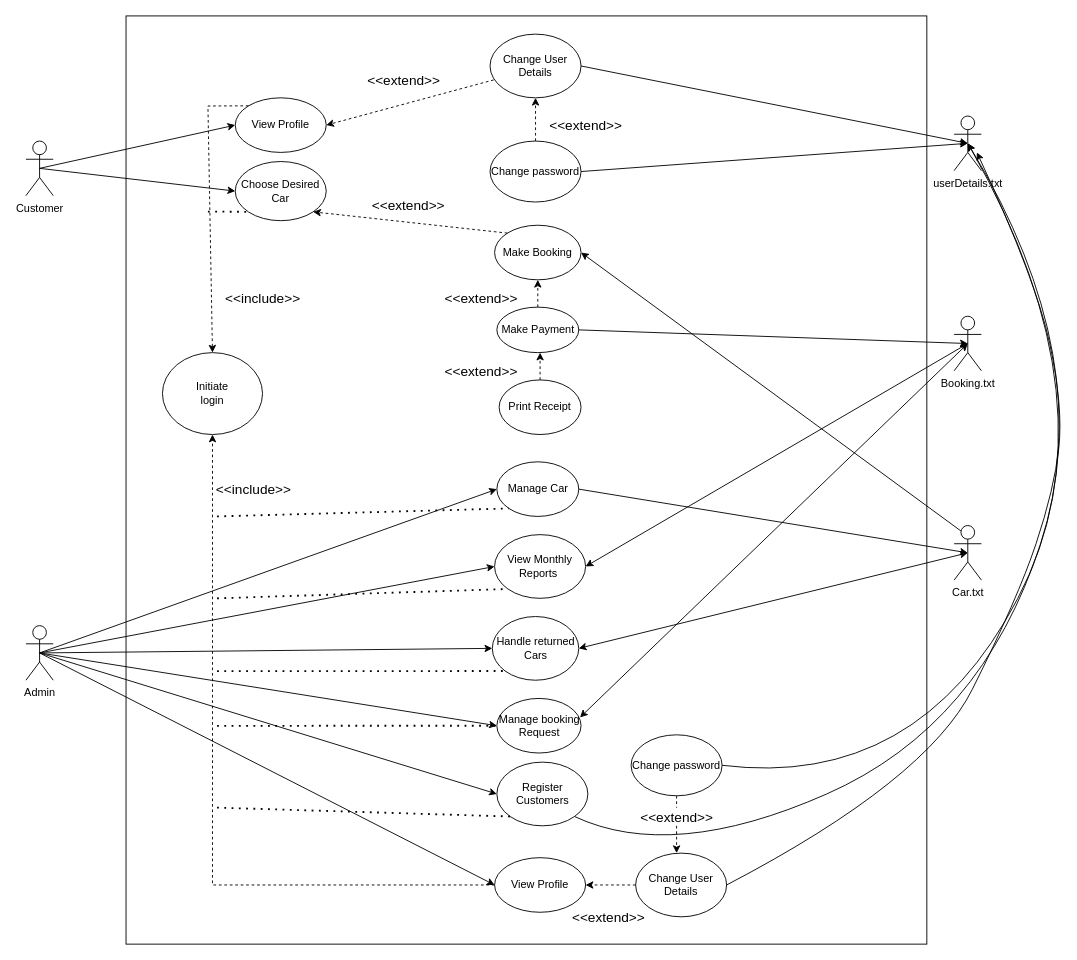
theblurone0329/Car_Rental_System keeps this draw.io diagram as Use Case Diagram H.drawio. Above is the earlier version. Source tidied: cells renumbered, new cells numbered last; positions are measured from the earlier drawing's top-left corner, leaving out a move shared by most shapes. Both pictures are drawn from the tidied source at 91%, with x=0, y=0 at pixel (25, 15).
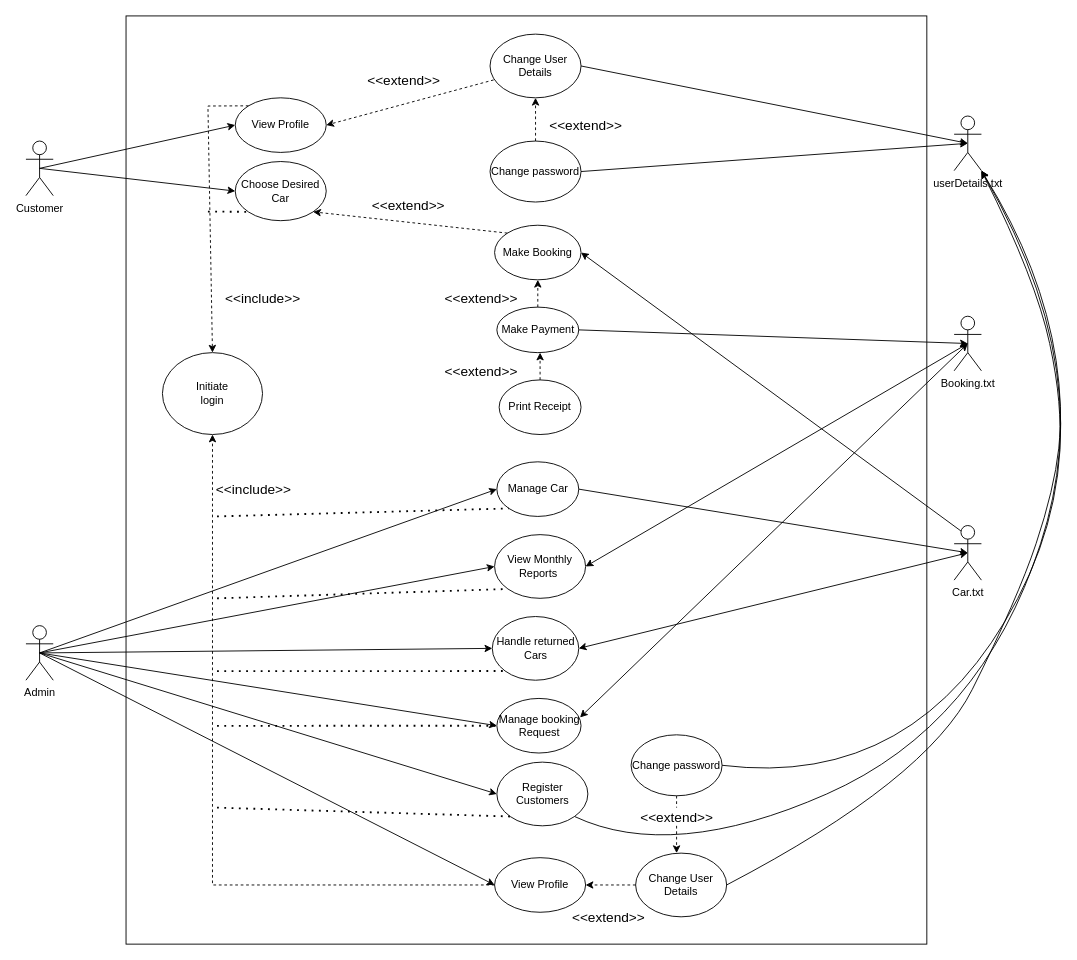
After the change.

The change refers to these unchanged cells:
```xml
<mxCell id="5" value="userDetails.txt" style="shape=umlActor;verticalLabelPosition=bottom;verticalAlign=top;html=1;outlineConnect=0;" parent="1" vertex="1">
  <mxGeometry x="1020" y="110" width="30" height="60" as="geometry" />
</mxCell>
<mxCell id="23" value="Register Customers" style="ellipse;whiteSpace=wrap;html=1;" parent="1" vertex="1">
  <mxGeometry x="517.5" y="820" width="100" height="70" as="geometry" />
</mxCell>
<mxCell id="38" value="Change User Details" style="ellipse;whiteSpace=wrap;html=1;" parent="1" vertex="1">
  <mxGeometry x="670" y="920" width="100" height="70" as="geometry" />
</mxCell>
<mxCell id="39" value="Change password" style="ellipse;whiteSpace=wrap;html=1;" parent="1" vertex="1">
  <mxGeometry x="665" y="790" width="100" height="67" as="geometry" />
</mxCell>
```

Diff of the diagram source:
```diff
@@
-    <mxCell id="30" style="curved=1;endArrow=classic;html=1;rounded=0;exitX=1;exitY=1;exitDx=0;exitDy=0;entryX=0.5;entryY=0.5;entryDx=0;entryDy=0;entryPerimeter=0;" parent="1" edge="1" source="23" target="5">
+    <mxCell id="30" style="curved=1;endArrow=classic;html=1;rounded=0;exitX=1;exitY=1;exitDx=0;exitDy=0;entryX=1;entryY=1;entryDx=0;entryDy=0;entryPerimeter=0;" parent="1" edge="1" source="23" target="5">
       <mxGeometry relative="1" as="geometry">
         <Array as="points">
           <mxPoint x="710" y="930" />
           <mxPoint x="1050" y="780" />
           <mxPoint x="1180" y="380" />
         </Array>
       </mxGeometry>
     </mxCell>
@@
-    <mxCell id="63" style="endArrow=classic;html=1;exitX=1;exitY=0.5;exitDx=0;exitDy=0;curved=1;entryX=0.5;entryY=0.5;entryDx=0;entryDy=0;entryPerimeter=0;" parent="1" edge="1" source="39" target="5">
+    <mxCell id="63" style="endArrow=classic;html=1;exitX=1;exitY=0.5;exitDx=0;exitDy=0;curved=1;entryX=1;entryY=1;entryDx=0;entryDy=0;entryPerimeter=0;" parent="1" edge="1" source="39" target="5">
       <mxGeometry relative="1" as="geometry">
         <Array as="points">
           <mxPoint x="980" y="850" />
           <mxPoint x="1200" y="430" />
         </Array>
       </mxGeometry>
     </mxCell>
-    <mxCell id="64" style="endArrow=classic;html=1;exitX=1;exitY=0.5;exitDx=0;exitDy=0;curved=1;entryX=0.5;entryY=0.5;entryDx=0;entryDy=0;entryPerimeter=0;" parent="1" edge="1" source="38">
+    <mxCell id="64" style="endArrow=classic;html=1;exitX=1;exitY=0.5;exitDx=0;exitDy=0;curved=1;entryX=1;entryY=1;entryDx=0;entryDy=0;entryPerimeter=0;" parent="1" edge="1" source="38" target="5">
       <mxGeometry relative="1" as="geometry">
-        <mxPoint x="1045" y="150" as="targetPoint" />
         <Array as="points">
           <mxPoint x="990" y="840" />
           <mxPoint x="1090" y="640" />
           <mxPoint x="1130" y="520" />
           <mxPoint x="1140" y="430" />
           <mxPoint x="1110" y="290" />
         </Array>
       </mxGeometry>
     </mxCell>
```
